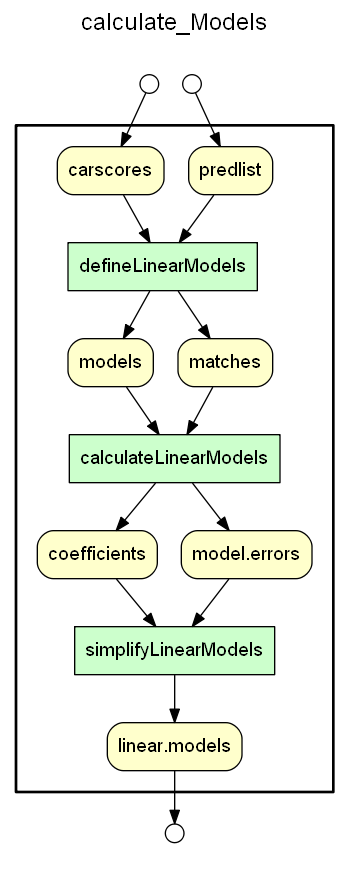
Before: yw/graphs/calculate_models.png, a diagram exported from Graphviz (idaks/wt-prov-Summer-2017). Its source is kept beside it as yw/gv_files/calculate_models.gv.
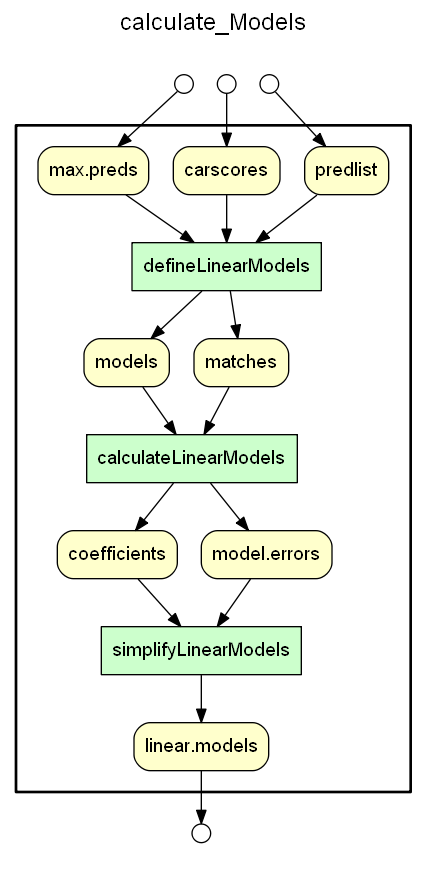
After the change.

Diff of the diagram source:
```diff
@@ -25,6 +25,7 @@
 "linear.models"
 predlist
 carscores
+"max.preds"
 models
 matches
 coefficients
@@ -40,6 +41,7 @@
 defineLinearModels -> matches
 predlist -> defineLinearModels
 carscores -> defineLinearModels
+"max.preds" -> defineLinearModels
 calculateLinearModels -> coefficients
 calculateLinearModels -> "model.errors"
 models -> calculateLinearModels
@@ -61,6 +63,7 @@
 /* Nodes representing workflow input ports */
 predlist_input_port [label=""]
 carscores_input_port [label=""]
+"max.preds_input_port" [label=""]
 
 /* End of double-cluster for grouping workflow input ports */
 }}
@@ -81,6 +84,7 @@
 /* Edges from input ports to channels */
 predlist_input_port -> predlist
 carscores_input_port -> carscores
+"max.preds_input_port" -> "max.preds"
 
 /* Edges from channels to output ports */
 "linear.models" -> "linear.models_output_port"
```
